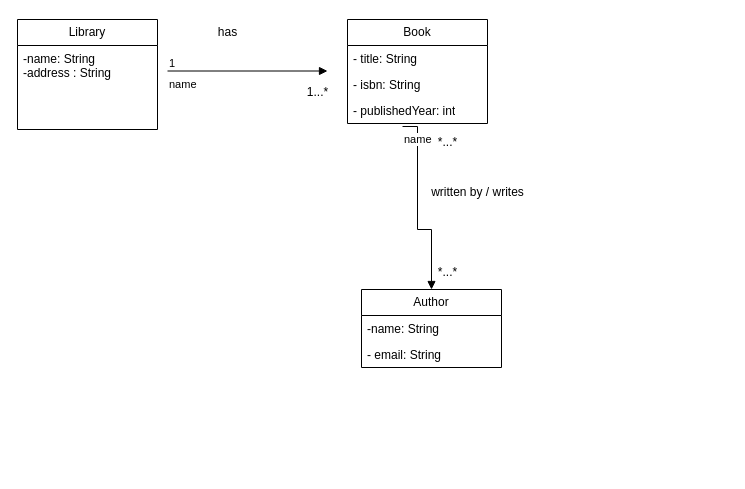
Above: page "Practive Library via chatGPT" (5 of 6) of UML Diagram/WDDemo.drawio in prakashbtech87/aaaaaaaaaaaPrakashDrawIORepo (draw.io), before the change. Source tidied: cells renumbered, new cells numbered last; positions are measured from the earlier drawing's top-left corner, leaving out a move shared by most shapes. Both pictures are drawn from the tidied source at 100%, with x=0, y=0 at pixel (17, 17).
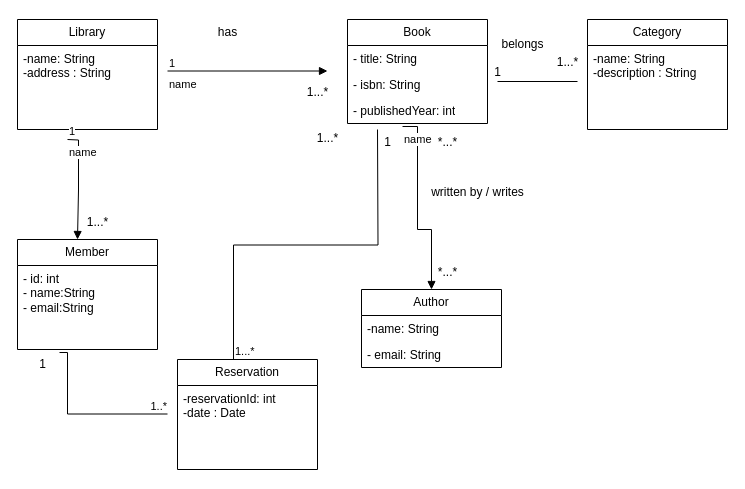
Above is the later version.

The edit, as a diff of the source:
```diff
@@
+    <mxCell id="19" value="Category" style="swimlane;fontStyle=0;horizontal=1;startSize=26;fillColor=none;whiteSpace=wrap;html=1;" parent="1" vertex="1">
+      <mxGeometry x="570" y="2" width="140" height="110" as="geometry" />
+    </mxCell>
+    <mxCell id="20" value="-name: String&lt;div&gt;-description : String&lt;/div&gt;" style="text;strokeColor=none;fillColor=none;align=left;verticalAlign=top;spacingLeft=4;spacingRight=4;overflow=hidden;whiteSpace=wrap;html=1;" parent="19" vertex="1">
+      <mxGeometry y="26" width="140" height="84" as="geometry" />
+    </mxCell>
+    <mxCell id="21" value="1...*" style="text;html=1;align=center;verticalAlign=middle;strokeColor=none;fillColor=none;" parent="1" vertex="1">
+      <mxGeometry x="530" y="30" width="40" height="30" as="geometry" />
+    </mxCell>
+    <mxCell id="22" value="belongs" style="text;html=1;align=center;verticalAlign=middle;strokeColor=none;fillColor=none;" parent="1" vertex="1">
+      <mxGeometry x="470" y="12" width="70" height="30" as="geometry" />
+    </mxCell>
+    <mxCell id="23" value="Member" style="swimlane;fontStyle=0;horizontal=1;startSize=26;fillColor=none;whiteSpace=wrap;html=1;" parent="1" vertex="1">
+      <mxGeometry y="222" width="140" height="110" as="geometry" />
+    </mxCell>
+    <mxCell id="24" value="- id: int&lt;div&gt;- name:String&lt;/div&gt;&lt;div&gt;- email:String&lt;/div&gt;" style="text;strokeColor=none;fillColor=none;align=left;verticalAlign=top;spacingLeft=4;spacingRight=4;overflow=hidden;points=[[0,0.5],[1,0.5]];portConstraint=eastwest;whiteSpace=wrap;html=1;" parent="23" vertex="1">
+      <mxGeometry y="26" width="140" height="84" as="geometry" />
+    </mxCell>
+    <mxCell id="25" value="name" style="endArrow=block;endFill=1;html=1;edgeStyle=orthogonalEdgeStyle;align=left;verticalAlign=top;rounded=0;" parent="1" edge="1">
+      <mxGeometry x="-1" relative="1" as="geometry">
+        <mxPoint x="50" y="122" as="sourcePoint" />
+        <mxPoint x="60" y="222" as="targetPoint" />
+      </mxGeometry>
+    </mxCell>
+    <mxCell id="26" value="1" style="edgeLabel;html=1;align=left;verticalAlign=bottom;" parent="25" vertex="1">
+      <mxGeometry x="-1" relative="1" as="geometry" />
+    </mxCell>
+    <mxCell id="27" value="1...*" style="text;html=1;align=center;verticalAlign=middle;strokeColor=none;fillColor=none;" parent="1" vertex="1">
+      <mxGeometry x="60" y="190" width="40" height="30" as="geometry" />
+    </mxCell>
+    <mxCell id="28" value="1...*" style="text;html=1;align=center;verticalAlign=middle;strokeColor=none;fillColor=none;" parent="1" vertex="1">
+      <mxGeometry x="290" y="106" width="40" height="30" as="geometry" />
+    </mxCell>
+    <mxCell id="29" style="line;strokeWidth=1;fillColor=none;align=left;verticalAlign=middle;spacingTop=-1;spacingLeft=3;spacingRight=3;labelPosition=right;strokeColor=inherit;" parent="1" vertex="1">
+      <mxGeometry x="480" y="60" width="80" height="8" as="geometry" />
+    </mxCell>
+    <mxCell id="30" value="1" style="text;html=1;align=center;verticalAlign=middle;strokeColor=none;fillColor=none;" parent="1" vertex="1">
+      <mxGeometry x="465" y="40" width="30" height="30" as="geometry" />
+    </mxCell>
+    <mxCell id="31" value="Reservation" style="swimlane;fontStyle=0;horizontal=1;startSize=26;fillColor=none;whiteSpace=wrap;html=1;" parent="1" vertex="1">
+      <mxGeometry x="160" y="342" width="140" height="110" as="geometry" />
+    </mxCell>
+    <mxCell id="32" value="-reservationId: int&lt;div&gt;-date : Date&lt;/div&gt;" style="text;strokeColor=none;fillColor=none;align=left;verticalAlign=top;spacingLeft=4;spacingRight=4;overflow=hidden;whiteSpace=wrap;html=1;" parent="31" vertex="1">
+      <mxGeometry y="26" width="140" height="84" as="geometry" />
+    </mxCell>
+    <mxCell id="33" style="line;strokeWidth=1;fillColor=none;align=left;verticalAlign=middle;spacingTop=-1;spacingLeft=3;spacingRight=3;labelPosition=right;strokeColor=inherit;" parent="1" vertex="1">
+      <mxGeometry x="240" y="282" height="30" as="geometry" />
+    </mxCell>
+    <mxCell id="34" style="endArrow=none;html=1;edgeStyle=orthogonalEdgeStyle;rounded=0;exitX=0.4;exitY=0;exitDx=0;exitDy=0;exitPerimeter=0;" parent="1" edge="1" source="31">
+      <mxGeometry relative="1" as="geometry">
+        <mxPoint x="360" y="112" as="targetPoint" />
+      </mxGeometry>
+    </mxCell>
+    <mxCell id="35" value="1...*" style="edgeLabel;html=1;align=left;verticalAlign=bottom;" parent="34" vertex="1">
+      <mxGeometry x="-1" relative="1" as="geometry" />
+    </mxCell>
+    <mxCell id="36" value="1" style="text;html=1;align=center;verticalAlign=middle;strokeColor=none;fillColor=none;" parent="1" vertex="1">
+      <mxGeometry x="355" y="110" width="30" height="30" as="geometry" />
+    </mxCell>
+    <mxCell id="37" style="endArrow=none;html=1;edgeStyle=orthogonalEdgeStyle;rounded=0;exitX=0.3;exitY=1.036;exitDx=0;exitDy=0;exitPerimeter=0;" parent="1" edge="1" source="24">
+      <mxGeometry relative="1" as="geometry">
+        <mxPoint x="150" y="396.5" as="targetPoint" />
+        <Array as="points">
+          <mxPoint x="50" y="335" />
+          <mxPoint x="50" y="397" />
+        </Array>
+      </mxGeometry>
+    </mxCell>
+    <mxCell id="38" value="1..*" style="edgeLabel;html=1;align=right;verticalAlign=bottom;" parent="37" vertex="1">
+      <mxGeometry x="1" relative="1" as="geometry" />
+    </mxCell>
+    <mxCell id="39" value="1" style="text;html=1;align=center;verticalAlign=middle;strokeColor=none;fillColor=none;" parent="1" vertex="1">
+      <mxGeometry x="10" y="332" width="30" height="30" as="geometry" />
+    </mxCell>
```
